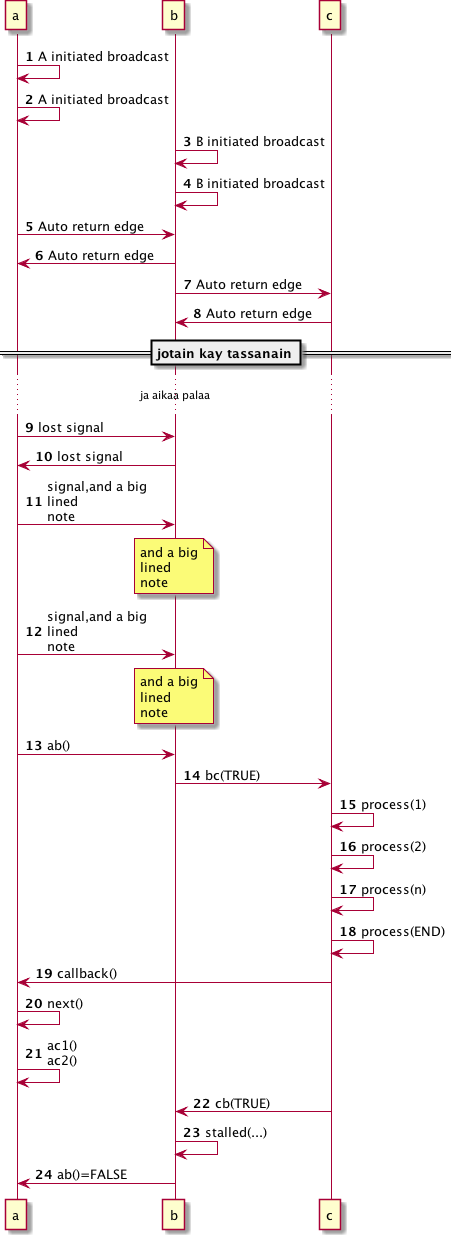
The PlantUML diagram ref/plantuml_sequence/state_sequence_plantuml_sequence.png in ede73/diagrammer, before a commit.
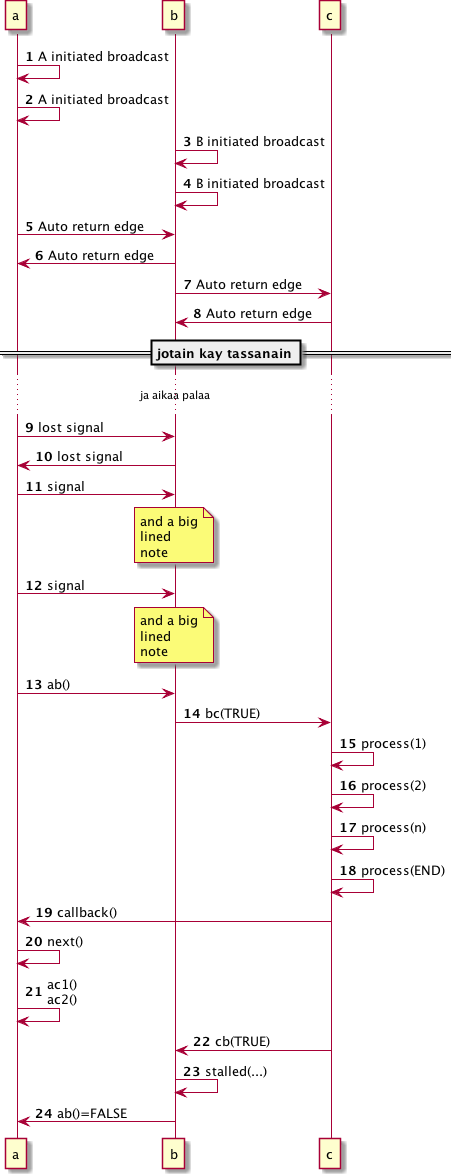
The same file after the commit.

Change to the diagram source:
```diff
@@ -15,13 +15,13 @@
  ...ja aikaa palaa...
 a->b:lost signal
 b->a:lost signal
-a->b:signal,and a big\nlined\nnote
+a->b:signal
 note over b
 and a big
 lined
 note
 end note
-a->b:signal,and a big\nlined\nnote
+a->b:signal
 note over b
 and a big
 lined
```
